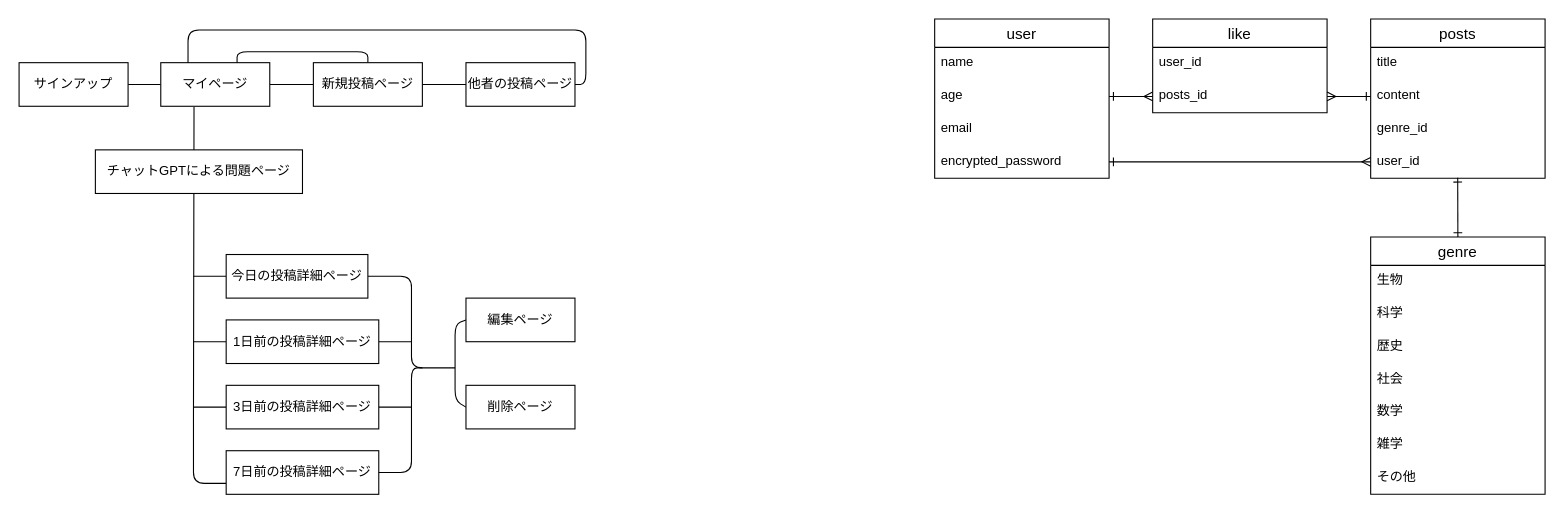
atk1825/me-more keeps this draw.io diagram as me-more.dio. Above is the earlier version. Source tidied: cells renumbered, new cells numbered last; positions are measured from the earlier drawing's top-left corner, leaving out a move shared by most shapes. Both pictures are drawn from the tidied source at 109%, with x=0, y=0 at pixel (19, 19).
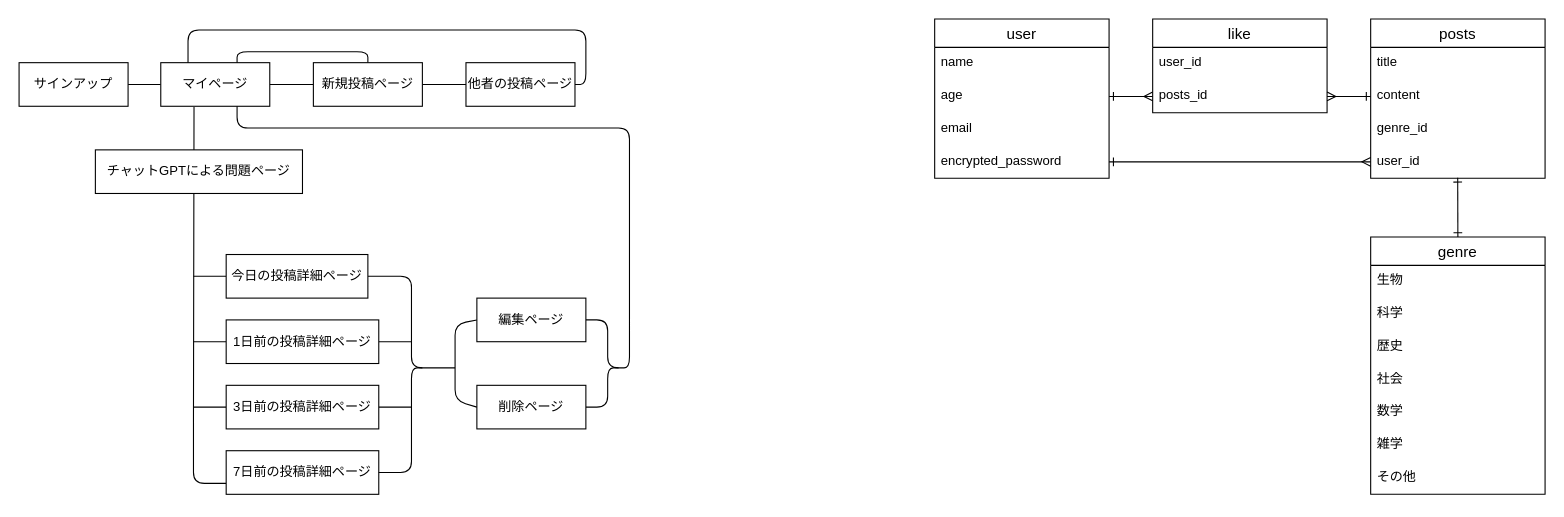
After the change.

Commit message (it also covers changes not shown here):
画面遷移図の作成

The edit, as a diff of the source:
```diff
@@
+    <mxCell id="53" style="edgeStyle=none;html=1;exitX=1;exitY=0.5;exitDx=0;exitDy=0;endArrow=none;endFill=0;" parent="1" edge="1" source="38">
+      <mxGeometry relative="1" as="geometry">
+        <mxPoint x="200" y="80" as="targetPoint" />
+        <Array as="points">
+          <mxPoint x="540" y="276" />
+          <mxPoint x="540" y="320" />
+          <mxPoint x="560" y="320" />
+          <mxPoint x="560" y="100" />
+          <mxPoint x="200" y="100" />
+        </Array>
+      </mxGeometry>
+    </mxCell>
     <mxCell id="38" value="編集ページ" style="whiteSpace=wrap;html=1;align=center;" parent="1" vertex="1">
-      <mxGeometry x="410" y="256" width="100" height="40" as="geometry" />
+      <mxGeometry x="420" y="256" width="100" height="40" as="geometry" />
     </mxCell>
@@
+    <mxCell id="54" style="edgeStyle=none;html=1;exitX=1;exitY=0.5;exitDx=0;exitDy=0;endArrow=none;endFill=0;" parent="1" edge="1" source="40">
+      <mxGeometry relative="1" as="geometry">
+        <mxPoint x="550" y="320" as="targetPoint" />
+        <Array as="points">
+          <mxPoint x="540" y="356" />
+          <mxPoint x="540" y="320" />
+        </Array>
+      </mxGeometry>
+    </mxCell>
     <mxCell id="40" value="削除ページ" style="whiteSpace=wrap;html=1;align=center;" parent="1" vertex="1">
-      <mxGeometry x="410" y="336" width="100" height="40" as="geometry" />
+      <mxGeometry x="420" y="336" width="100" height="40" as="geometry" />
     </mxCell>
```
